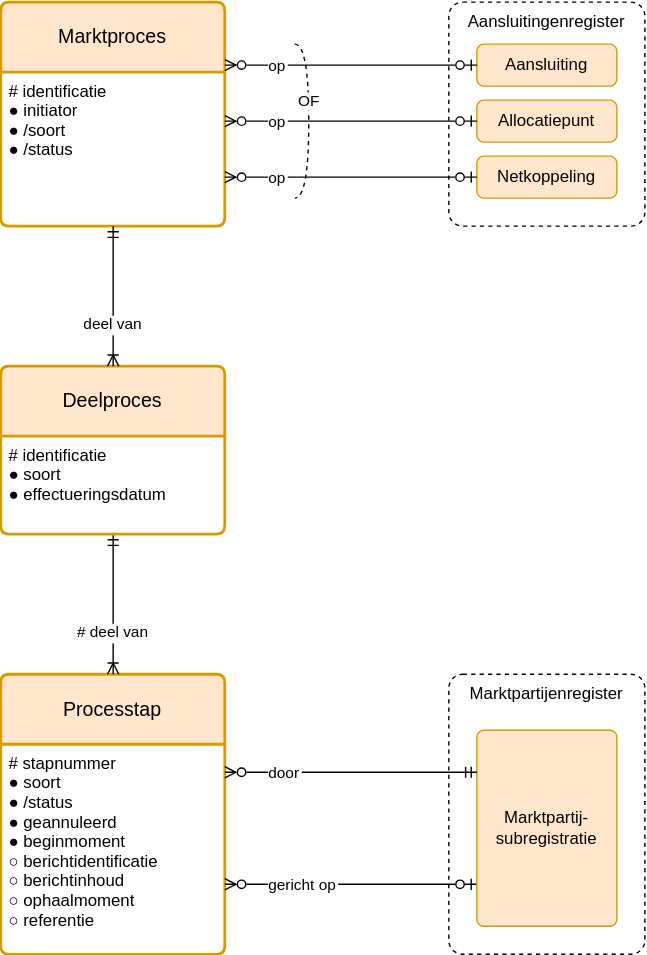
This is registers/marktprocesregister/1.0/marktprocesregister.drawio.svg from Netbeheer-Nederland/stelsel, a draw.io export, as it was before one commit. Source tidied: cells renumbered, new cells last; positions are measured from the earlier drawing's top-left corner, leaving out a move shared by most shapes.
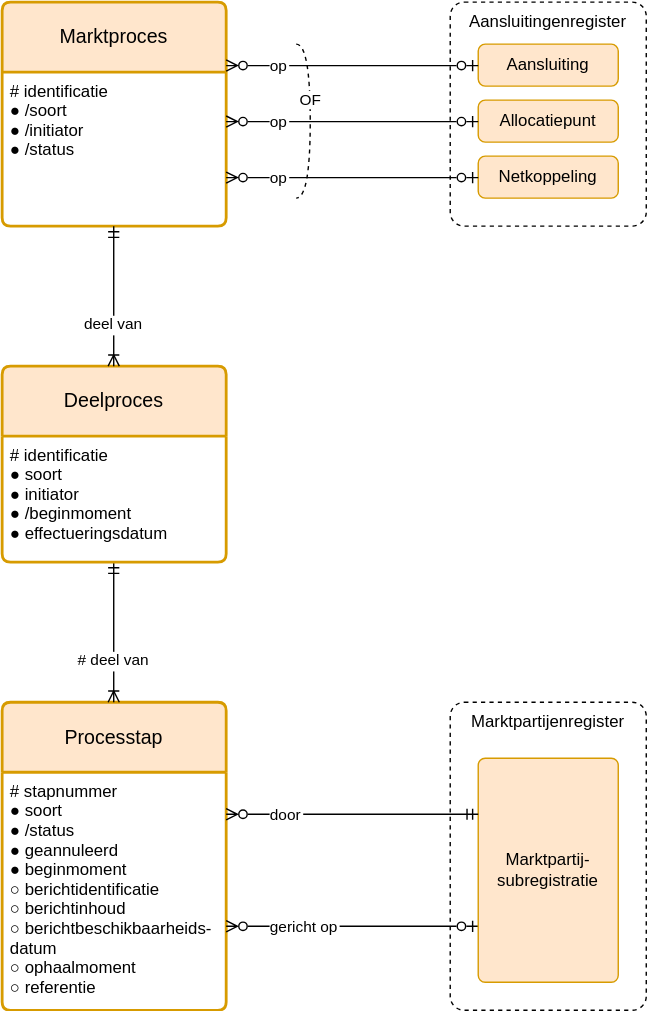
The same file after the commit.

Diff of the diagram source:
```diff
@@ -3,28 +3,28 @@
     <mxCell id="0" />
     <mxCell id="1" parent="0" />
     <mxCell id="2" value="Marktpartijenregister" style="rounded=1;whiteSpace=wrap;absoluteArcSize=1;dashed=1;fillColor=default;verticalAlign=top;spacingLeft=10;spacingRight=10;" parent="1" vertex="1">
-      <mxGeometry x="320" y="480" width="140" height="200" as="geometry" />
+      <mxGeometry x="320" y="500" width="140" height="220" as="geometry" />
     </mxCell>
     <mxCell id="3" value="Marktproces" style="swimlane;horizontal=1;startSize=50;rounded=1;fontSize=14;fontStyle=0;strokeWidth=2;shadow=0;dashed=0;align=center;arcSize=4;whiteSpace=wrap;spacing=10;fillColor=#ffe6cc;strokeColor=#d79b00;" parent="1" vertex="1">
       <mxGeometry width="160" height="160" as="geometry" />
     </mxCell>
-    <mxCell id="4" value="# identificatie&#10;● initiator&#10;● /soort&#10;● /status" style="align=left;strokeColor=none;fillColor=none;spacingLeft=4;fontSize=12;verticalAlign=top;" parent="3" vertex="1">
+    <mxCell id="4" value="# identificatie&#10;● /soort&#10;● /initiator&#10;● /status" style="align=left;strokeColor=none;fillColor=none;spacingLeft=4;fontSize=12;verticalAlign=top;" parent="3" vertex="1">
       <mxGeometry y="50" width="160" height="110" as="geometry" />
     </mxCell>
     <mxCell id="5" value="Processtap" style="swimlane;horizontal=1;startSize=50;rounded=1;fontSize=14;fontStyle=0;strokeWidth=2;shadow=0;dashed=0;align=center;arcSize=4;whiteSpace=wrap;spacing=10;fillColor=#ffe6cc;strokeColor=#d79b00;" parent="1" vertex="1">
-      <mxGeometry y="480" width="160" height="200" as="geometry" />
+      <mxGeometry y="500" width="160" height="220" as="geometry" />
     </mxCell>
-    <mxCell id="6" value="# stapnummer&#10;● soort&#10;● /status&#10;● geannuleerd&#10;● beginmoment&#10;○ berichtidentificatie&#10;○ berichtinhoud&#10;○ ophaalmoment&#10;○ referentie" style="align=left;strokeColor=none;fillColor=none;spacingLeft=4;fontSize=12;verticalAlign=top;" parent="5" vertex="1">
-      <mxGeometry y="50" width="160" height="150" as="geometry" />
+    <mxCell id="6" value="# stapnummer&#10;● soort&#10;● /status&#10;● geannuleerd&#10;● beginmoment&#10;○ berichtidentificatie&#10;○ berichtinhoud&#10;○ berichtbeschikbaarheids-&#10;   datum&#10;○ ophaalmoment&#10;○ referentie" style="align=left;strokeColor=none;fillColor=none;spacingLeft=4;fontSize=12;verticalAlign=top;" parent="5" vertex="1">
+      <mxGeometry y="50" width="160" height="170" as="geometry" />
     </mxCell>
     <mxCell id="7" value="# deel van" style="endArrow=ERmandOne;edgeStyle=elbowEdgeStyle;endFill=0;startArrow=ERoneToMany;startFill=0;align=center;" parent="1" edge="1" source="5" target="8">
       <mxGeometry x="-0.4" relative="1" as="geometry" />
     </mxCell>
     <mxCell id="8" value="Deelproces" style="swimlane;horizontal=1;startSize=50;rounded=1;fontSize=14;fontStyle=0;strokeWidth=2;shadow=0;dashed=0;align=center;arcSize=4;whiteSpace=wrap;spacing=10;fillColor=#ffe6cc;strokeColor=#d79b00;" parent="1" vertex="1">
-      <mxGeometry y="260" width="160" height="120" as="geometry" />
+      <mxGeometry y="260" width="160" height="140" as="geometry" />
     </mxCell>
-    <mxCell id="9" value="# identificatie&#10;● soort&#10;● effectueringsdatum" style="align=left;strokeColor=none;fillColor=none;spacingLeft=4;fontSize=12;verticalAlign=top;" parent="8" vertex="1">
-      <mxGeometry y="50" width="160" height="70" as="geometry" />
+    <mxCell id="9" value="# identificatie&#10;● soort&#10;● initiator&#10;● /beginmoment&#10;● effectueringsdatum" style="align=left;strokeColor=none;fillColor=none;spacingLeft=4;fontSize=12;verticalAlign=top;" parent="8" vertex="1">
+      <mxGeometry y="50" width="160" height="90" as="geometry" />
     </mxCell>
     <mxCell id="10" value="deel van" style="endArrow=ERmandOne;edgeStyle=elbowEdgeStyle;endFill=0;startArrow=ERoneToMany;startFill=0;align=center;" parent="1" edge="1" source="8" target="3">
       <mxGeometry x="-0.4" relative="1" as="geometry" />
@@ -32,17 +32,17 @@
     <mxCell id="11" value="gericht op" style="endArrow=ERzeroToOne;edgeStyle=elbowEdgeStyle;endFill=0;startArrow=ERzeroToMany;startFill=0;align=left;elbow=vertical;" parent="1" edge="1" source="5" target="12">
       <mxGeometry x="-0.67" relative="1" as="geometry">
         <Array as="points">
-          <mxPoint x="250" y="630" />
+          <mxPoint x="260" y="660" />
         </Array>
       </mxGeometry>
     </mxCell>
     <mxCell id="12" value="Marktpartij-subregistratie" style="rounded=1;arcSize=10;whiteSpace=wrap;align=center;absoluteArcSize=1;spacing=10;fillColor=#ffe6cc;strokeColor=#d79b00;" parent="1" vertex="1">
-      <mxGeometry x="340" y="520" width="100" height="140" as="geometry" />
+      <mxGeometry x="340" y="540" width="100" height="160" as="geometry" />
     </mxCell>
     <mxCell id="13" value="door" style="endArrow=ERmandOne;edgeStyle=elbowEdgeStyle;endFill=0;startArrow=ERzeroToMany;startFill=0;align=left;elbow=vertical;" parent="1" edge="1" source="5" target="12">
       <mxGeometry x="-0.67" relative="1" as="geometry">
         <Array as="points">
-          <mxPoint x="250" y="550" />
+          <mxPoint x="250" y="580" />
         </Array>
       </mxGeometry>
     </mxCell>
```
